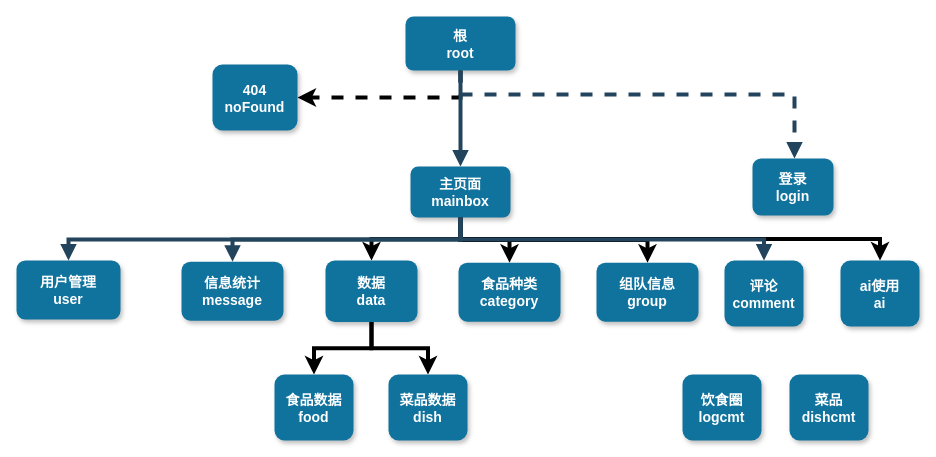
wangXingRunning/wangXingRunning.github.io keeps this draw.io diagram as 后台管理UI.drawio. Above is the earlier version. Source tidied: cells renumbered, new cells numbered last; positions are measured from the earlier drawing's top-left corner, leaving out a move shared by most shapes. Both pictures are drawn from the tidied source at 100%, with x=0, y=0 at pixel (16, 16).
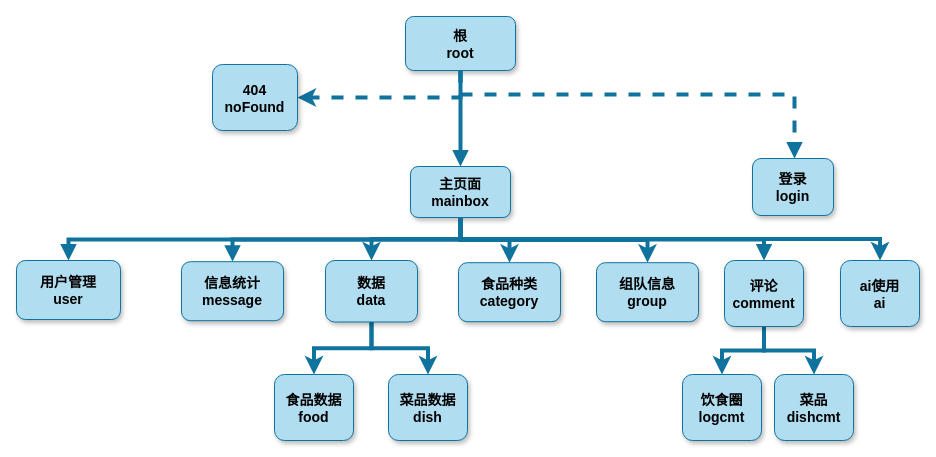
Above is the later version.

Commit message (it also covers changes not shown here):
更新后台管理UI.drawio

The edit, as a diff of the source:
```diff
@@
-    <mxCell id="2" style="edgeStyle=orthogonalEdgeStyle;rounded=0;jettySize=auto;html=1;exitX=0.5;exitY=1;exitDx=0;exitDy=0;entryX=1;entryY=0.5;entryDx=0;entryDy=0;dashed=1;strokeWidth=4;" parent="1" edge="1" source="3" target="18">
+    <mxCell id="2" style="edgeStyle=orthogonalEdgeStyle;rounded=0;jettySize=auto;html=1;exitX=0.5;exitY=1;exitDx=0;exitDy=0;entryX=1;entryY=0.5;entryDx=0;entryDy=0;dashed=1;strokeWidth=4;fillColor=#b1ddf0;strokeColor=#10739e;" parent="1" edge="1" source="3" target="18">
       <mxGeometry relative="1" as="geometry" />
     </mxCell>
-    <mxCell id="3" value="根&#10;root" style="rounded=1;fillColor=#10739E;strokeColor=none;shadow=1;gradientColor=none;fontStyle=1;fontColor=#FFFFFF;fontSize=14;" parent="1" vertex="1">
+    <mxCell id="3" value="根&#10;root" style="rounded=1;fillColor=#b1ddf0;strokeColor=#10739e;shadow=1;fontStyle=1;fontSize=14;" parent="1" vertex="1">
       <mxGeometry x="389" width="110" height="54" as="geometry" />
     </mxCell>
-    <mxCell id="4" style="edgeStyle=orthogonalEdgeStyle;rounded=0;jettySize=auto;html=1;exitX=0.5;exitY=1;exitDx=0;exitDy=0;entryX=0.5;entryY=0;entryDx=0;entryDy=0;strokeWidth=4;" parent="1" edge="1" source="8" target="21">
+    <mxCell id="4" style="edgeStyle=orthogonalEdgeStyle;rounded=0;jettySize=auto;html=1;exitX=0.5;exitY=1;exitDx=0;exitDy=0;entryX=0.5;entryY=0;entryDx=0;entryDy=0;strokeWidth=4;fillColor=#b1ddf0;strokeColor=#10739e;" parent="1" edge="1" source="8" target="21">
       <mxGeometry relative="1" as="geometry" />
     </mxCell>
-    <mxCell id="5" style="edgeStyle=orthogonalEdgeStyle;rounded=0;jettySize=auto;html=1;exitX=0.5;exitY=1;exitDx=0;exitDy=0;strokeWidth=4;" parent="1" edge="1" source="8" target="22">
+    <mxCell id="5" style="edgeStyle=orthogonalEdgeStyle;rounded=0;jettySize=auto;html=1;exitX=0.5;exitY=1;exitDx=0;exitDy=0;strokeWidth=4;fillColor=#b1ddf0;strokeColor=#10739e;" parent="1" edge="1" source="8" target="22">
       <mxGeometry relative="1" as="geometry" />
     </mxCell>
-    <mxCell id="6" style="edgeStyle=orthogonalEdgeStyle;rounded=0;jettySize=auto;html=1;exitX=0.5;exitY=1;exitDx=0;exitDy=0;entryX=0.5;entryY=0;entryDx=0;entryDy=0;strokeWidth=4;" parent="1" edge="1" source="8" target="23">
+    <mxCell id="6" style="edgeStyle=orthogonalEdgeStyle;rounded=0;jettySize=auto;html=1;exitX=0.5;exitY=1;exitDx=0;exitDy=0;entryX=0.5;entryY=0;entryDx=0;entryDy=0;strokeWidth=4;fillColor=#b1ddf0;strokeColor=#10739e;" parent="1" edge="1" source="8" target="23">
       <mxGeometry relative="1" as="geometry" />
     </mxCell>
-    <mxCell id="7" style="edgeStyle=orthogonalEdgeStyle;rounded=0;jettySize=auto;html=1;exitX=0.5;exitY=1;exitDx=0;exitDy=0;entryX=0.5;entryY=0;entryDx=0;entryDy=0;strokeWidth=4;" parent="1" edge="1" source="8" target="24">
+    <mxCell id="7" style="edgeStyle=orthogonalEdgeStyle;rounded=0;jettySize=auto;html=1;exitX=0.5;exitY=1;exitDx=0;exitDy=0;entryX=0.5;entryY=0;entryDx=0;entryDy=0;strokeWidth=4;fillColor=#b1ddf0;strokeColor=#10739e;" parent="1" edge="1" source="8" target="24">
       <mxGeometry relative="1" as="geometry" />
     </mxCell>
-    <mxCell id="8" value="主页面&#10;mainbox" style="rounded=1;fillColor=#10739E;strokeColor=none;shadow=1;gradientColor=none;fontStyle=1;fontColor=#FFFFFF;fontSize=14;" parent="1" vertex="1">
+    <mxCell id="8" value="主页面&#10;mainbox" style="rounded=1;fillColor=#b1ddf0;strokeColor=#10739e;shadow=1;fontStyle=1;fontSize=14;" parent="1" vertex="1">
       <mxGeometry x="394" y="150" width="100" height="51" as="geometry" />
     </mxCell>
-    <mxCell id="9" value="用户管理&#10;user" style="rounded=1;fillColor=#10739E;strokeColor=none;shadow=1;gradientColor=none;fontStyle=1;fontColor=#FFFFFF;fontSize=14;" parent="1" vertex="1">
+    <mxCell id="9" value="用户管理&#10;user" style="rounded=1;fillColor=#b1ddf0;strokeColor=#10739e;shadow=1;fontStyle=1;fontSize=14;" parent="1" vertex="1">
       <mxGeometry y="244" width="104" height="59" as="geometry" />
     </mxCell>
-    <mxCell id="10" value="信息统计&#10;message" style="rounded=1;fillColor=#10739E;strokeColor=none;shadow=1;gradientColor=none;fontStyle=1;fontColor=#FFFFFF;fontSize=14;" parent="1" vertex="1">
+    <mxCell id="10" value="信息统计&#10;message" style="rounded=1;fillColor=#b1ddf0;strokeColor=#10739e;shadow=1;fontStyle=1;fontSize=14;" parent="1" vertex="1">
       <mxGeometry x="165" y="245.2" width="102" height="59" as="geometry" />
     </mxCell>
+    <mxCell id="29" style="edgeStyle=orthogonalEdgeStyle;rounded=0;jettySize=auto;html=1;exitX=0.5;exitY=1;exitDx=0;exitDy=0;entryX=0.5;entryY=0;entryDx=0;entryDy=0;strokeWidth=4;fillColor=#b1ddf0;strokeColor=#10739e;" parent="1" edge="1" source="11" target="28">
+      <mxGeometry relative="1" as="geometry" />
+    </mxCell>
+    <mxCell id="30" style="edgeStyle=orthogonalEdgeStyle;rounded=0;jettySize=auto;html=1;exitX=0.5;exitY=1;exitDx=0;exitDy=0;entryX=0.5;entryY=0;entryDx=0;entryDy=0;strokeWidth=4;fillColor=#b1ddf0;strokeColor=#10739e;" parent="1" edge="1" source="11" target="27">
+      <mxGeometry relative="1" as="geometry" />
+    </mxCell>
-    <mxCell id="11" value="评论&#10;comment" style="rounded=1;fillColor=#10739E;strokeColor=none;shadow=1;gradientColor=none;fontStyle=1;fontColor=#FFFFFF;fontSize=14;" parent="1" vertex="1">
+    <mxCell id="11" value="评论&#10;comment" style="rounded=1;fillColor=#b1ddf0;strokeColor=#10739e;shadow=1;fontStyle=1;fontSize=14;" parent="1" vertex="1">
       <mxGeometry x="708" y="244" width="79" height="66" as="geometry" />
     </mxCell>
-    <mxCell id="12" value="登录&#10;login" style="rounded=1;fillColor=#10739E;strokeColor=none;shadow=1;gradientColor=none;fontStyle=1;fontColor=#FFFFFF;fontSize=14;" parent="1" vertex="1">
+    <mxCell id="12" value="登录&#10;login" style="rounded=1;fillColor=#b1ddf0;strokeColor=#10739e;shadow=1;fontStyle=1;fontSize=14;" parent="1" vertex="1">
       <mxGeometry x="736" y="142" width="81" height="57" as="geometry" />
     </mxCell>
-    <mxCell id="13" style="edgeStyle=elbowEdgeStyle;elbow=vertical;strokeWidth=4;endArrow=block;endFill=1;fontStyle=1;strokeColor=#23445D;rounded=0;" parent="1" edge="1" source="3" target="8">
+    <mxCell id="13" style="edgeStyle=elbowEdgeStyle;elbow=vertical;strokeWidth=4;endArrow=block;endFill=1;fontStyle=1;strokeColor=#10739e;rounded=0;fillColor=#b1ddf0;" parent="1" edge="1" source="3" target="8">
       <mxGeometry x="22" y="165.5" as="geometry" />
     </mxCell>
-    <mxCell id="14" style="edgeStyle=elbowEdgeStyle;elbow=vertical;strokeWidth=4;endArrow=block;endFill=1;fontStyle=1;strokeColor=#23445D;rounded=0;" parent="1" edge="1" source="8" target="10">
+    <mxCell id="14" style="edgeStyle=elbowEdgeStyle;elbow=vertical;strokeWidth=4;endArrow=block;endFill=1;fontStyle=1;strokeColor=#10739e;rounded=0;fillColor=#b1ddf0;" parent="1" edge="1" source="8" target="10">
       <mxGeometry x="22" y="165.5" as="geometry" />
     </mxCell>
-    <mxCell id="15" style="edgeStyle=elbowEdgeStyle;elbow=vertical;strokeWidth=4;endArrow=block;endFill=1;fontStyle=1;strokeColor=#23445D;rounded=0;" parent="1" edge="1" source="8" target="9">
+    <mxCell id="15" style="edgeStyle=elbowEdgeStyle;elbow=vertical;strokeWidth=4;endArrow=block;endFill=1;fontStyle=1;strokeColor=#10739e;rounded=0;fillColor=#b1ddf0;" parent="1" edge="1" source="8" target="9">
       <mxGeometry x="22" y="165.5" as="geometry" />
     </mxCell>
-    <mxCell id="16" style="edgeStyle=elbowEdgeStyle;elbow=vertical;strokeWidth=4;endArrow=block;endFill=1;fontStyle=1;strokeColor=#23445D;rounded=0;" parent="1" edge="1" source="8" target="11">
+    <mxCell id="16" style="edgeStyle=elbowEdgeStyle;elbow=vertical;strokeWidth=4;endArrow=block;endFill=1;fontStyle=1;strokeColor=#10739e;rounded=0;fillColor=#b1ddf0;" parent="1" edge="1" source="8" target="11">
       <mxGeometry x="22" y="165.5" as="geometry" />
     </mxCell>
-    <mxCell id="17" style="edgeStyle=elbowEdgeStyle;elbow=vertical;strokeWidth=4;endArrow=block;endFill=1;fontStyle=1;dashed=1;strokeColor=#23445D;rounded=0;" parent="1" edge="1" source="3" target="12">
+    <mxCell id="17" style="edgeStyle=elbowEdgeStyle;elbow=vertical;strokeWidth=4;endArrow=block;endFill=1;fontStyle=1;dashed=1;strokeColor=#10739e;rounded=0;fillColor=#b1ddf0;" parent="1" edge="1" source="3" target="12">
       <mxGeometry x="22" y="165.5" as="geometry">
         <Array as="points">
           <mxPoint x="778" y="78" />
         </Array>
       </mxGeometry>
     </mxCell>
-    <mxCell id="18" value="404&#10;noFound" style="rounded=1;fillColor=#10739E;strokeColor=none;shadow=1;gradientColor=none;fontStyle=1;fontColor=#FFFFFF;fontSize=14;" parent="1" vertex="1">
+    <mxCell id="18" value="404&#10;noFound" style="rounded=1;fillColor=#b1ddf0;strokeColor=#10739e;shadow=1;fontStyle=1;fontSize=14;" parent="1" vertex="1">
       <mxGeometry x="196" y="48" width="85" height="66" as="geometry" />
     </mxCell>
-    <mxCell id="19" style="edgeStyle=orthogonalEdgeStyle;rounded=0;jettySize=auto;html=1;exitX=0.5;exitY=1;exitDx=0;exitDy=0;entryX=0.5;entryY=0;entryDx=0;entryDy=0;strokeWidth=4;" parent="1" edge="1" source="21" target="25">
+    <mxCell id="19" style="edgeStyle=orthogonalEdgeStyle;rounded=0;jettySize=auto;html=1;exitX=0.5;exitY=1;exitDx=0;exitDy=0;entryX=0.5;entryY=0;entryDx=0;entryDy=0;strokeWidth=4;fillColor=#b1ddf0;strokeColor=#10739e;" parent="1" edge="1" source="21" target="25">
       <mxGeometry relative="1" as="geometry" />
     </mxCell>
-    <mxCell id="20" style="edgeStyle=orthogonalEdgeStyle;rounded=0;jettySize=auto;html=1;exitX=0.5;exitY=1;exitDx=0;exitDy=0;entryX=0.5;entryY=0;entryDx=0;entryDy=0;strokeWidth=4;" parent="1" edge="1" source="21" target="26">
+    <mxCell id="20" style="edgeStyle=orthogonalEdgeStyle;rounded=0;jettySize=auto;html=1;exitX=0.5;exitY=1;exitDx=0;exitDy=0;entryX=0.5;entryY=0;entryDx=0;entryDy=0;strokeWidth=4;fillColor=#b1ddf0;strokeColor=#10739e;" parent="1" edge="1" source="21" target="26">
       <mxGeometry relative="1" as="geometry" />
     </mxCell>
-    <mxCell id="21" value="数据&#10;data" style="rounded=1;fillColor=#10739E;strokeColor=none;shadow=1;gradientColor=none;fontStyle=1;fontColor=#FFFFFF;fontSize=14;" parent="1" vertex="1">
+    <mxCell id="21" value="数据&#10;data" style="rounded=1;fillColor=#b1ddf0;strokeColor=#10739e;shadow=1;fontStyle=1;fontSize=14;" parent="1" vertex="1">
       <mxGeometry x="309" y="244" width="92" height="61.5" as="geometry" />
     </mxCell>
-    <mxCell id="22" value="食品种类&#10;category" style="rounded=1;fillColor=#10739E;strokeColor=none;shadow=1;gradientColor=none;fontStyle=1;fontColor=#FFFFFF;fontSize=14;" parent="1" vertex="1">
+    <mxCell id="22" value="食品种类&#10;category" style="rounded=1;fillColor=#b1ddf0;strokeColor=#10739e;shadow=1;fontStyle=1;fontSize=14;" parent="1" vertex="1">
       <mxGeometry x="442" y="246.2" width="102" height="59" as="geometry" />
     </mxCell>
-    <mxCell id="23" value="组队信息&#10;group" style="rounded=1;fillColor=#10739E;strokeColor=none;shadow=1;gradientColor=none;fontStyle=1;fontColor=#FFFFFF;fontSize=14;" parent="1" vertex="1">
+    <mxCell id="23" value="组队信息&#10;group" style="rounded=1;fillColor=#b1ddf0;strokeColor=#10739e;shadow=1;fontStyle=1;fontSize=14;" parent="1" vertex="1">
       <mxGeometry x="580" y="246.2" width="102" height="59" as="geometry" />
     </mxCell>
-    <mxCell id="24" value="ai使用&#10;ai" style="rounded=1;fillColor=#10739E;strokeColor=none;shadow=1;gradientColor=none;fontStyle=1;fontColor=#FFFFFF;fontSize=14;" parent="1" vertex="1">
+    <mxCell id="24" value="ai使用&#10;ai" style="rounded=1;fillColor=#b1ddf0;strokeColor=#10739e;shadow=1;fontStyle=1;fontSize=14;" parent="1" vertex="1">
       <mxGeometry x="824" y="244" width="79" height="66" as="geometry" />
     </mxCell>
-    <mxCell id="25" value="食品数据&#10;food" style="rounded=1;fillColor=#10739E;strokeColor=none;shadow=1;gradientColor=none;fontStyle=1;fontColor=#FFFFFF;fontSize=14;" parent="1" vertex="1">
+    <mxCell id="25" value="食品数据&#10;food" style="rounded=1;fillColor=#b1ddf0;strokeColor=#10739e;shadow=1;fontStyle=1;fontSize=14;" parent="1" vertex="1">
       <mxGeometry x="258" y="358" width="79" height="66" as="geometry" />
     </mxCell>
-    <mxCell id="26" value="菜品数据&#10;dish" style="rounded=1;fillColor=#10739E;strokeColor=none;shadow=1;gradientColor=none;fontStyle=1;fontColor=#FFFFFF;fontSize=14;" parent="1" vertex="1">
+    <mxCell id="26" value="菜品数据&#10;dish" style="rounded=1;fillColor=#b1ddf0;strokeColor=#10739e;shadow=1;fontStyle=1;fontSize=14;" parent="1" vertex="1">
       <mxGeometry x="372" y="358" width="79" height="66" as="geometry" />
     </mxCell>
-    <mxCell id="27" value="菜品&#10;dishcmt" style="rounded=1;fillColor=#10739E;strokeColor=none;shadow=1;gradientColor=none;fontStyle=1;fontColor=#FFFFFF;fontSize=14;" parent="1" vertex="1">
-      <mxGeometry x="773" y="358" width="79" height="66" as="geometry" />
+    <mxCell id="27" value="菜品&#10;dishcmt" style="rounded=1;fillColor=#b1ddf0;strokeColor=#10739e;shadow=1;fontStyle=1;fontSize=14;" parent="1" vertex="1">
+      <mxGeometry x="758" y="358" width="79" height="66" as="geometry" />
     </mxCell>
-    <mxCell id="28" value="饮食圈&#10;logcmt" style="rounded=1;fillColor=#10739E;strokeColor=none;shadow=1;gradientColor=none;fontStyle=1;fontColor=#FFFFFF;fontSize=14;" parent="1" vertex="1">
+    <mxCell id="28" value="饮食圈&#10;logcmt" style="rounded=1;fillColor=#b1ddf0;strokeColor=#10739e;shadow=1;fontStyle=1;fontSize=14;" parent="1" vertex="1">
       <mxGeometry x="666" y="358" width="79" height="66" as="geometry" />
     </mxCell>
```
